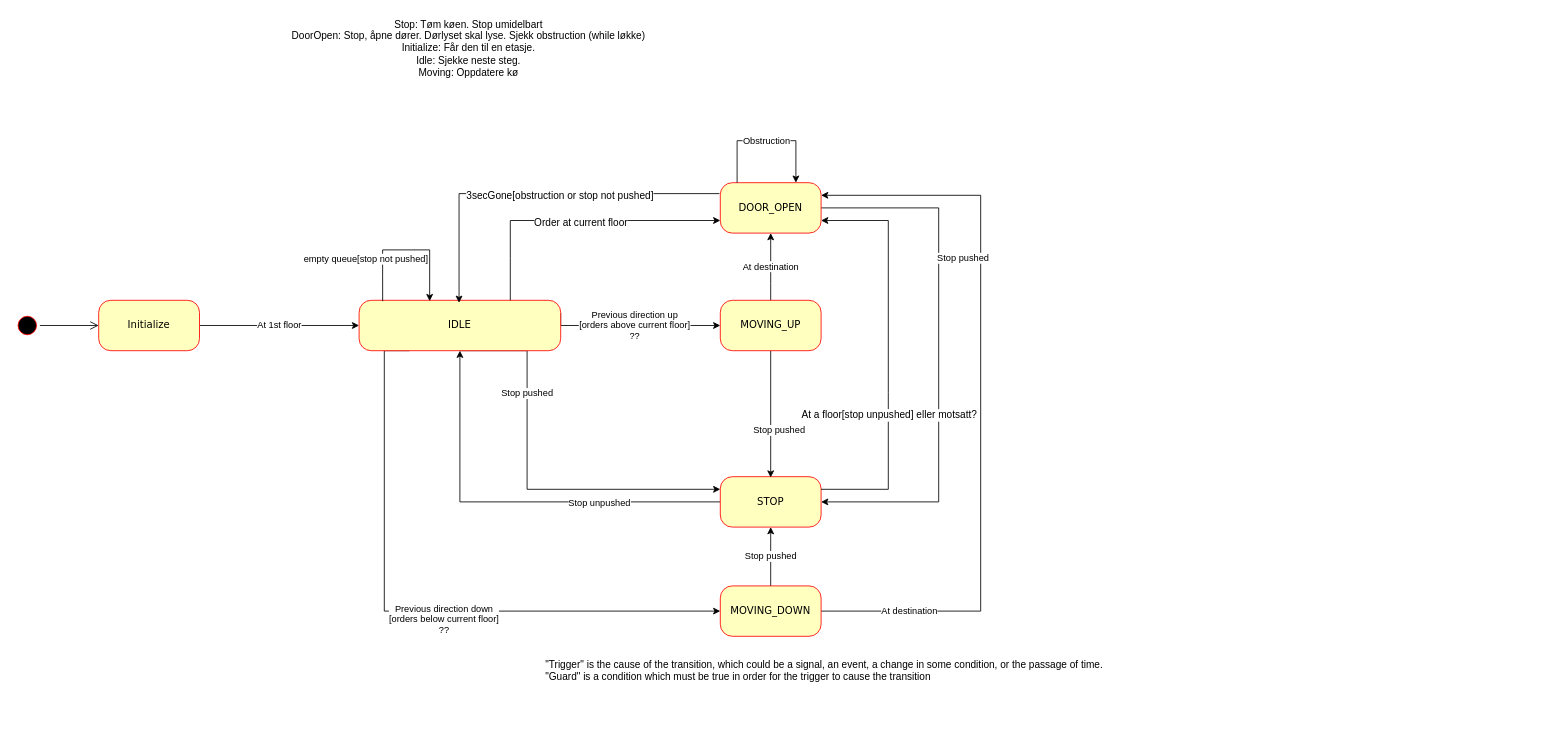
Before: Tilstandsdiagram.drawio in aurorami1211/heilab, a draw.io diagram. Source tidied: cells renumbered, new cells numbered last; positions are measured from the earlier drawing's top-left corner, leaving out a move shared by most shapes. Both pictures are drawn from the tidied source at 84%, with x=0, y=0 at pixel (14, 14).
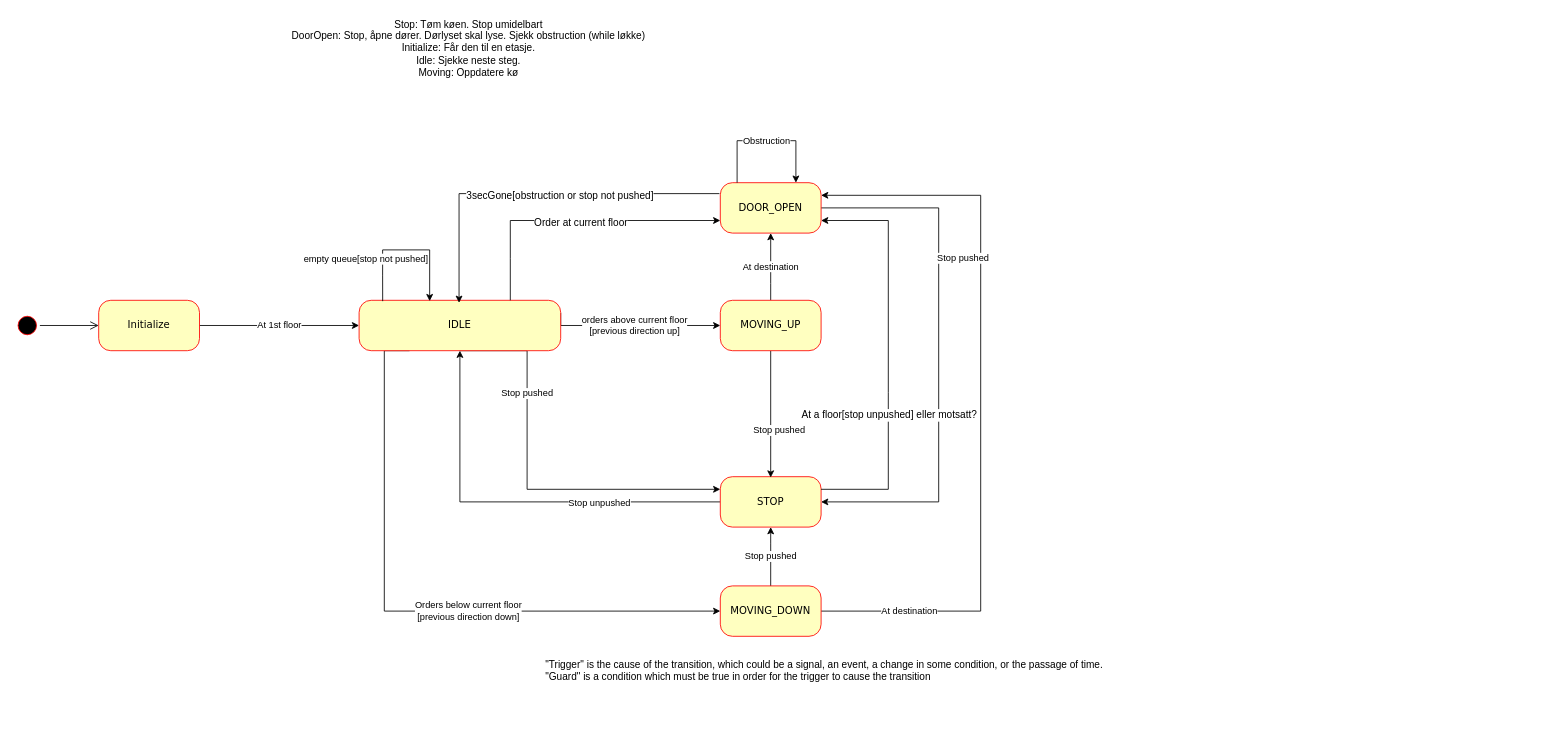
The same page after the edit.

Unchanged cells that the change refers to:
```xml
<mxCell id="7" value="IDLE" style="rounded=1;whiteSpace=wrap;html=1;arcSize=24;fillColor=#ffffc0;strokeColor=#ff0000;shadow=0;comic=0;labelBackgroundColor=none;fontFamily=Verdana;fontSize=12;fontColor=#000000;align=center;" parent="1" vertex="1">
  <mxGeometry x="410" y="340" width="240" height="60" as="geometry" />
</mxCell>
<mxCell id="10" value="MOVING_DOWN" style="rounded=1;whiteSpace=wrap;html=1;arcSize=24;fillColor=#ffffc0;strokeColor=#ff0000;shadow=0;comic=0;labelBackgroundColor=none;fontFamily=Verdana;fontSize=12;fontColor=#000000;align=center;" parent="1" vertex="1">
  <mxGeometry x="840" y="680" width="120" height="60" as="geometry" />
</mxCell>
<mxCell id="24" value="MOVING_UP" style="rounded=1;whiteSpace=wrap;html=1;arcSize=24;fillColor=#ffffc0;strokeColor=#ff0000;shadow=0;comic=0;labelBackgroundColor=none;fontFamily=Verdana;fontSize=12;fontColor=#000000;align=center;" parent="1" vertex="1">
  <mxGeometry x="840" y="340" width="120" height="60" as="geometry" />
</mxCell>
```

Diff of the diagram source:
```diff
@@
-    <mxCell id="4" value="&lt;div&gt;Previous direction down&lt;/div&gt;&lt;div&gt;[orders below current floor]&lt;/div&gt;&lt;div&gt;??&lt;br&gt;&lt;/div&gt;" style="edgeStyle=orthogonalEdgeStyle;rounded=0;jettySize=auto;html=1;exitX=0.25;exitY=1;exitDx=0;exitDy=0;entryX=0;entryY=0.5;entryDx=0;entryDy=0;" parent="1" edge="1" source="7" target="10">
-      <mxGeometry x="0.11" y="-10" relative="1" as="geometry">
+    <mxCell id="4" value="&lt;div&gt;Orders below current floor&lt;/div&gt;&lt;div&gt;[previous direction down]&lt;/div&gt;" style="edgeStyle=orthogonalEdgeStyle;rounded=0;jettySize=auto;html=1;exitX=0.25;exitY=1;exitDx=0;exitDy=0;entryX=0;entryY=0.5;entryDx=0;entryDy=0;" parent="1" edge="1" source="7" target="10">
+      <mxGeometry x="0.19" relative="1" as="geometry">
         <Array as="points">
           <mxPoint x="440" y="400" />
           <mxPoint x="440" y="710" />
         </Array>
       </mxGeometry>
     </mxCell>
@@
-    <mxCell id="6" value="&lt;div&gt;Previous direction up&lt;/div&gt;&lt;div&gt;[orders above current floor]&lt;/div&gt;&lt;div&gt;??&lt;br&gt;&lt;/div&gt;" style="edgeStyle=orthogonalEdgeStyle;rounded=0;jettySize=auto;html=1;exitX=1;exitY=0.25;exitDx=0;exitDy=0;entryX=0;entryY=0.5;entryDx=0;entryDy=0;" parent="1" edge="1" source="7" target="24">
+    <mxCell id="6" value="&lt;div&gt;orders above current floor&lt;/div&gt;&lt;div&gt;[previous direction up]&lt;br&gt;&lt;/div&gt;" style="edgeStyle=orthogonalEdgeStyle;rounded=0;jettySize=auto;html=1;exitX=1;exitY=0.25;exitDx=0;exitDy=0;entryX=0;entryY=0.5;entryDx=0;entryDy=0;" parent="1" edge="1" source="7" target="24">
       <mxGeometry relative="1" as="geometry">
         <Array as="points">
           <mxPoint x="650" y="370" />
         </Array>
       </mxGeometry>
     </mxCell>
```
